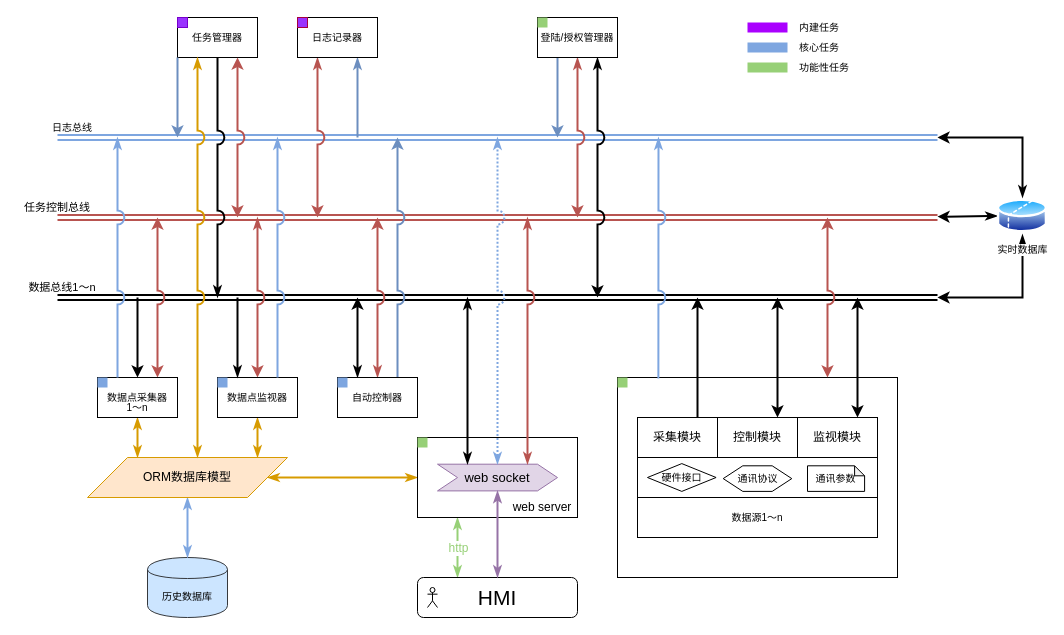
Before: 未命名绘图.drawio in bedreamer/draw.io, a draw.io diagram. Source tidied: cells renumbered, new cells numbered last; positions are measured from the earlier drawing's top-left corner, leaving out a move shared by most shapes. Both pictures are drawn from the tidied source at 100%, with x=0, y=0 at pixel (17, 17).
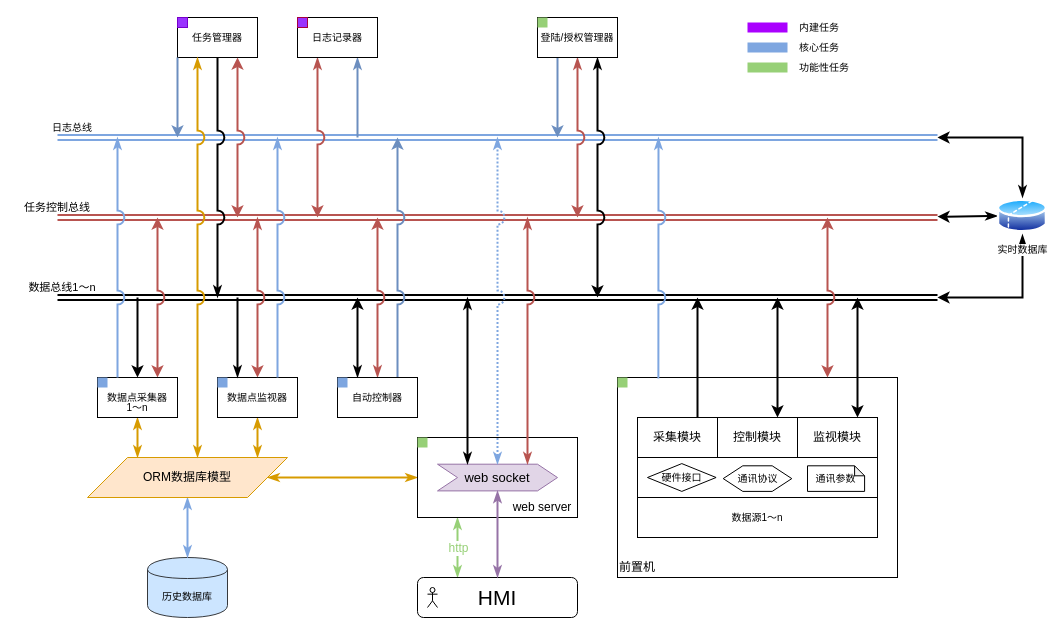
After the change.

Commit message:
更新未命名绘图.drawio

Change to the diagram source:
```diff
@@
+    <mxCell id="88" value="前置机" style="text;html=1;strokeColor=none;fillColor=none;align=center;verticalAlign=middle;whiteSpace=wrap;rounded=0;" parent="1" vertex="1">
+      <mxGeometry x="600" y="540" width="40" height="20" as="geometry" />
+    </mxCell>
```
